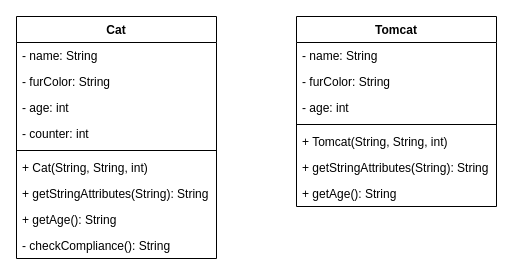
Earlier version of the draw.io diagram page "Cat-Tomcat" (3 of 4) of klassendiagramm.drawio (TobiasReaper47/03a_Vererbung_Inheritance). Source tidied: cells renumbered, new cells numbered last; positions are measured from the earlier drawing's top-left corner, leaving out a move shared by most shapes. Both pictures are drawn from the tidied source at 100%, with x=0, y=0 at pixel (16, 16).
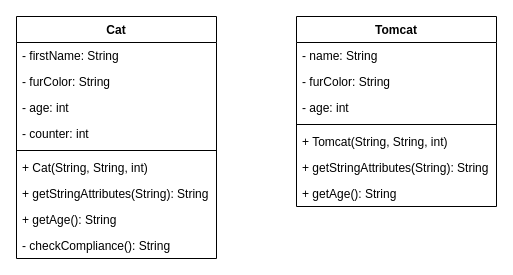
The same diagram, later.

Commit message (it also covers changes not shown here):
Supercat Start

Diff of the diagram source:
```diff
@@
 <mxGraphModel>
   <root>
     <mxCell id="0" />
     <mxCell id="1" parent="0" />
     <mxCell id="2" value="Cat" style="swimlane;fontStyle=1;align=center;verticalAlign=top;horizontal=1;startSize=26;" parent="1" vertex="1">
       <mxGeometry width="200" height="242" as="geometry" />
     </mxCell>
-    <mxCell id="3" value="- name: String" style="text;strokeColor=none;fillColor=none;align=left;verticalAlign=top;spacingLeft=4;spacingRight=4;overflow=hidden;" parent="2" vertex="1">
+    <mxCell id="3" value="- firstName: String" style="text;strokeColor=none;fillColor=none;align=left;verticalAlign=top;spacingLeft=4;spacingRight=4;overflow=hidden;" parent="2" vertex="1">
       <mxGeometry y="26" width="200" height="26" as="geometry" />
     </mxCell>
     <mxCell id="4" value="- furColor: String" style="text;strokeColor=none;fillColor=none;align=left;verticalAlign=top;spacingLeft=4;spacingRight=4;overflow=hidden;" parent="2" vertex="1">
       <mxGeometry y="52" width="200" height="26" as="geometry" />
     </mxCell>
     <mxCell id="5" value="- age: int" style="text;strokeColor=none;fillColor=none;align=left;verticalAlign=top;spacingLeft=4;spacingRight=4;overflow=hidden;" parent="2" vertex="1">
       <mxGeometry y="78" width="200" height="26" as="geometry" />
     </mxCell>
     <mxCell id="6" value="- counter: int" style="text;strokeColor=none;fillColor=none;align=left;verticalAlign=top;spacingLeft=4;spacingRight=4;overflow=hidden;" parent="2" vertex="1">
       <mxGeometry y="104" width="200" height="26" as="geometry" />
     </mxCell>
     <mxCell id="7" style="line;strokeWidth=1;fillColor=none;align=left;verticalAlign=middle;spacingTop=-1;spacingLeft=3;spacingRight=3;labelPosition=right;strokeColor=inherit;" parent="2" vertex="1">
       <mxGeometry y="130" width="200" height="8" as="geometry" />
     </mxCell>
     <mxCell id="8" value="+ Cat(String, String, int)" style="text;strokeColor=none;fillColor=none;align=left;verticalAlign=top;spacingLeft=4;spacingRight=4;overflow=hidden;" parent="2" vertex="1">
       <mxGeometry y="138" width="200" height="26" as="geometry" />
     </mxCell>
     <mxCell id="9" value="+ getStringAttributes(String): String" style="text;strokeColor=none;fillColor=none;align=left;verticalAlign=top;spacingLeft=4;spacingRight=4;overflow=hidden;" parent="2" vertex="1">
       <mxGeometry y="164" width="200" height="26" as="geometry" />
     </mxCell>
     <mxCell id="10" value="+ getAge(): String" style="text;strokeColor=none;fillColor=none;align=left;verticalAlign=top;spacingLeft=4;spacingRight=4;overflow=hidden;" parent="2" vertex="1">
       <mxGeometry y="190" width="200" height="26" as="geometry" />
     </mxCell>
     <mxCell id="11" value="- checkCompliance(): String" style="text;strokeColor=none;fillColor=none;align=left;verticalAlign=top;spacingLeft=4;spacingRight=4;overflow=hidden;" parent="2" vertex="1">
       <mxGeometry y="216" width="200" height="26" as="geometry" />
     </mxCell>
     <mxCell id="12" value="Tomcat" style="swimlane;fontStyle=1;align=center;verticalAlign=top;horizontal=1;startSize=26;" parent="1" vertex="1">
       <mxGeometry x="280" width="200" height="190" as="geometry" />
     </mxCell>
     <mxCell id="13" value="- name: String" style="text;strokeColor=none;fillColor=none;align=left;verticalAlign=top;spacingLeft=4;spacingRight=4;overflow=hidden;" parent="12" vertex="1">
       <mxGeometry y="26" width="200" height="26" as="geometry" />
     </mxCell>
     <mxCell id="14" value="- furColor: String" style="text;strokeColor=none;fillColor=none;align=left;verticalAlign=top;spacingLeft=4;spacingRight=4;overflow=hidden;" parent="12" vertex="1">
       <mxGeometry y="52" width="200" height="26" as="geometry" />
     </mxCell>
     <mxCell id="15" value="- age: int" style="text;strokeColor=none;fillColor=none;align=left;verticalAlign=top;spacingLeft=4;spacingRight=4;overflow=hidden;" parent="12" vertex="1">
       <mxGeometry y="78" width="200" height="26" as="geometry" />
     </mxCell>
     <mxCell id="16" style="line;strokeWidth=1;fillColor=none;align=left;verticalAlign=middle;spacingTop=-1;spacingLeft=3;spacingRight=3;labelPosition=right;strokeColor=inherit;" parent="12" vertex="1">
       <mxGeometry y="104" width="200" height="8" as="geometry" />
     </mxCell>
     <mxCell id="17" value="+ Tomcat(String, String, int)" style="text;strokeColor=none;fillColor=none;align=left;verticalAlign=top;spacingLeft=4;spacingRight=4;overflow=hidden;" parent="12" vertex="1">
       <mxGeometry y="112" width="200" height="26" as="geometry" />
     </mxCell>
     <mxCell id="18" value="+ getStringAttributes(String): String" style="text;strokeColor=none;fillColor=none;align=left;verticalAlign=top;spacingLeft=4;spacingRight=4;overflow=hidden;" parent="12" vertex="1">
       <mxGeometry y="138" width="200" height="26" as="geometry" />
     </mxCell>
     <mxCell id="19" value="+ getAge(): String" style="text;strokeColor=none;fillColor=none;align=left;verticalAlign=top;spacingLeft=4;spacingRight=4;overflow=hidden;" parent="12" vertex="1">
       <mxGeometry y="164" width="200" height="26" as="geometry" />
     </mxCell>
   </root>
 </mxGraphModel>
```
